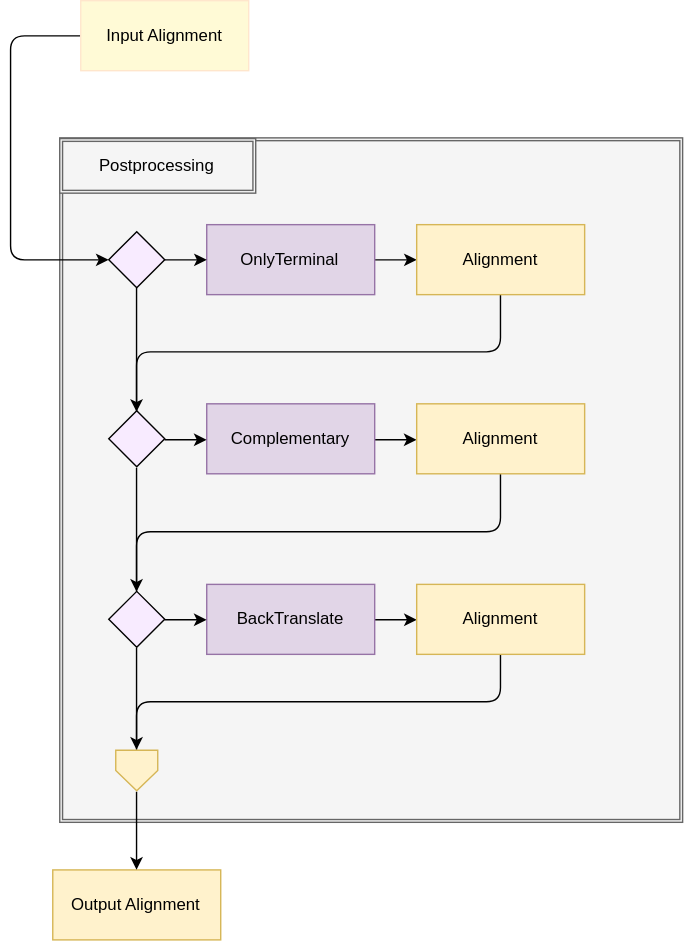
Earlier version of the draw.io export postProcess.svg (inab/trimal). Source tidied: cells renumbered, new cells last; positions are measured from the earlier drawing's top-left corner, leaving out a move shared by most shapes. Source of this version:
```xml
<mxGraphModel background="#ffffff">
  <root>
    <mxCell id="0" />
    <mxCell id="1" parent="0" />
    <mxCell id="2" style="shape=ext;double=1;rounded=0;whiteSpace=wrap;html=1;glass=0;strokeColor=#666666;fillColor=#f5f5f5;" parent="1" vertex="1">
      <mxGeometry x="35" y="98" width="445" height="489" as="geometry" />
    </mxCell>
    <mxCell id="3" style="edgeStyle=orthogonalEdgeStyle;rounded=1;jumpStyle=none;jumpSize=12;html=1;exitX=0;exitY=0.5;startArrow=none;startFill=0;endArrow=classic;endFill=1;jettySize=auto;entryX=0;entryY=0.5;entryPerimeter=0;" parent="1" edge="1" source="4" target="20">
      <mxGeometry relative="1" as="geometry">
        <Array as="points">
          <mxPoint y="25" />
          <mxPoint y="185" />
        </Array>
      </mxGeometry>
    </mxCell>
    <mxCell id="4" value="Input Alignment" style="rounded=0;whiteSpace=wrap;html=1;glass=0;strokeColor=#FFE6CC;fillColor=#FFFAD6;gradientColor=none;" parent="1" vertex="1">
      <mxGeometry x="50" width="120" height="50" as="geometry" />
    </mxCell>
    <mxCell id="5" style="edgeStyle=orthogonalEdgeStyle;rounded=1;jumpStyle=none;jumpSize=12;html=1;exitX=1;exitY=0.5;startArrow=none;startFill=0;endArrow=classic;endFill=1;jettySize=auto;" parent="1" edge="1" source="6" target="13">
      <mxGeometry relative="1" as="geometry" />
    </mxCell>
    <mxCell id="6" value="OnlyTerminal" style="rounded=0;whiteSpace=wrap;html=1;glass=0;strokeColor=#9673a6;fillColor=#e1d5e7;" parent="1" vertex="1">
      <mxGeometry x="140" y="160" width="120" height="50" as="geometry" />
    </mxCell>
    <mxCell id="7" style="edgeStyle=orthogonalEdgeStyle;rounded=1;jumpStyle=none;jumpSize=12;html=1;entryX=0;entryY=0.5;startArrow=none;startFill=0;endArrow=classic;endFill=1;jettySize=auto;" parent="1" edge="1" source="8" target="15">
      <mxGeometry relative="1" as="geometry" />
    </mxCell>
    <mxCell id="8" value="Complementary" style="rounded=0;whiteSpace=wrap;html=1;glass=0;strokeColor=#9673a6;fillColor=#e1d5e7;" parent="1" vertex="1">
      <mxGeometry x="140" y="288" width="120" height="50" as="geometry" />
    </mxCell>
    <mxCell id="9" style="edgeStyle=orthogonalEdgeStyle;rounded=1;jumpStyle=none;jumpSize=12;html=1;exitX=1;exitY=0.5;startArrow=none;startFill=0;endArrow=classic;endFill=1;jettySize=auto;" parent="1" edge="1" source="10" target="17">
      <mxGeometry relative="1" as="geometry" />
    </mxCell>
    <mxCell id="10" value="BackTranslate" style="rounded=0;whiteSpace=wrap;html=1;glass=0;strokeColor=#9673a6;fillColor=#e1d5e7;" parent="1" vertex="1">
      <mxGeometry x="140" y="417" width="120" height="50" as="geometry" />
    </mxCell>
    <mxCell id="11" value="Postprocessing" style="shape=ext;double=1;rounded=0;whiteSpace=wrap;html=1;glass=0;strokeColor=#666666;fillColor=#f5f5f5;" parent="1" vertex="1">
      <mxGeometry x="35" y="98.5" width="140" height="39" as="geometry" />
    </mxCell>
    <mxCell id="12" style="edgeStyle=orthogonalEdgeStyle;rounded=1;jumpStyle=none;jumpSize=12;html=1;exitX=0.5;exitY=1;startArrow=none;startFill=0;endArrow=none;endFill=0;jettySize=auto;entryX=0.5;entryY=0;entryPerimeter=0;" parent="1" edge="1" source="13" target="23">
      <mxGeometry relative="1" as="geometry" />
    </mxCell>
    <mxCell id="13" value="Alignment" style="rounded=0;whiteSpace=wrap;html=1;glass=0;strokeColor=#d6b656;fillColor=#fff2cc;" parent="1" vertex="1">
      <mxGeometry x="290" y="160" width="120" height="50" as="geometry" />
    </mxCell>
    <mxCell id="14" style="edgeStyle=orthogonalEdgeStyle;rounded=1;jumpStyle=none;jumpSize=12;html=1;exitX=0.5;exitY=1;entryX=0.5;entryY=0;entryPerimeter=0;startArrow=none;startFill=0;endArrow=none;endFill=0;jettySize=auto;" parent="1" edge="1" source="15" target="26">
      <mxGeometry relative="1" as="geometry" />
    </mxCell>
    <mxCell id="15" value="Alignment" style="rounded=0;whiteSpace=wrap;html=1;glass=0;strokeColor=#d6b656;fillColor=#fff2cc;" parent="1" vertex="1">
      <mxGeometry x="290" y="288" width="120" height="50" as="geometry" />
    </mxCell>
    <mxCell id="16" style="edgeStyle=orthogonalEdgeStyle;rounded=1;jumpStyle=none;jumpSize=12;html=1;exitX=0.5;exitY=1;entryX=0.5;entryY=0;entryPerimeter=0;startArrow=none;startFill=0;endArrow=none;endFill=0;jettySize=auto;" parent="1" edge="1" source="17" target="29">
      <mxGeometry relative="1" as="geometry" />
    </mxCell>
    <mxCell id="17" value="Alignment" style="rounded=0;whiteSpace=wrap;html=1;glass=0;strokeColor=#d6b656;fillColor=#fff2cc;" parent="1" vertex="1">
      <mxGeometry x="290" y="417" width="120" height="50" as="geometry" />
    </mxCell>
    <mxCell id="18" style="edgeStyle=orthogonalEdgeStyle;rounded=1;jumpStyle=none;jumpSize=12;html=1;exitX=1;exitY=0.5;exitPerimeter=0;startArrow=none;startFill=0;endArrow=classic;endFill=1;jettySize=auto;" parent="1" edge="1" source="20" target="6">
      <mxGeometry relative="1" as="geometry">
        <Array as="points">
          <mxPoint x="132" y="185.5" />
          <mxPoint x="132" y="185.5" />
        </Array>
      </mxGeometry>
    </mxCell>
    <mxCell id="19" style="edgeStyle=orthogonalEdgeStyle;rounded=1;jumpStyle=none;jumpSize=12;html=1;exitX=0.5;exitY=1;exitPerimeter=0;entryX=0.5;entryY=0;entryPerimeter=0;startArrow=none;startFill=0;endArrow=classic;endFill=1;jettySize=auto;" parent="1" edge="1" source="20" target="23">
      <mxGeometry relative="1" as="geometry" />
    </mxCell>
    <mxCell id="20" style="strokeWidth=1;html=1;shape=mxgraph.flowchart.decision;whiteSpace=wrap;glass=0;fillColor=#F8EBFF;gradientColor=none;" parent="1" vertex="1">
      <mxGeometry x="70" y="165" width="40" height="40" as="geometry" />
    </mxCell>
    <mxCell id="21" style="edgeStyle=orthogonalEdgeStyle;rounded=1;jumpStyle=none;jumpSize=12;html=1;exitX=0.5;exitY=1;exitPerimeter=0;entryX=0.5;entryY=0;entryPerimeter=0;startArrow=none;startFill=0;endArrow=classic;endFill=1;jettySize=auto;" parent="1" edge="1" source="23" target="26">
      <mxGeometry relative="1" as="geometry" />
    </mxCell>
    <mxCell id="22" style="edgeStyle=orthogonalEdgeStyle;rounded=0;jumpStyle=none;jumpSize=12;html=1;exitX=1;exitY=0.5;exitPerimeter=0;entryX=0;entryY=0.5;startArrow=none;startFill=0;endArrow=classic;endFill=1;jettySize=auto;" parent="1" edge="1" source="23" target="8">
      <mxGeometry relative="1" as="geometry">
        <Array as="points">
          <mxPoint x="140" y="313" />
          <mxPoint x="140" y="313" />
        </Array>
      </mxGeometry>
    </mxCell>
    <mxCell id="23" style="strokeWidth=1;html=1;shape=mxgraph.flowchart.decision;whiteSpace=wrap;glass=0;fillColor=#F8EBFF;gradientColor=none;" parent="1" vertex="1">
      <mxGeometry x="70" y="293" width="40" height="40" as="geometry" />
    </mxCell>
    <mxCell id="24" style="edgeStyle=orthogonalEdgeStyle;rounded=0;jumpStyle=none;jumpSize=12;html=1;exitX=1;exitY=0.5;exitPerimeter=0;entryX=0;entryY=0.5;startArrow=none;startFill=0;endArrow=classic;endFill=1;jettySize=auto;" parent="1" edge="1" source="26" target="10">
      <mxGeometry relative="1" as="geometry">
        <Array as="points">
          <mxPoint x="120" y="442.5" />
        </Array>
      </mxGeometry>
    </mxCell>
    <mxCell id="25" style="edgeStyle=orthogonalEdgeStyle;rounded=0;jumpStyle=none;jumpSize=12;html=1;exitX=0.5;exitY=1;exitPerimeter=0;entryX=0.5;entryY=0;entryPerimeter=0;startArrow=none;startFill=0;endArrow=classic;endFill=1;jettySize=auto;" parent="1" edge="1" source="26" target="29">
      <mxGeometry relative="1" as="geometry" />
    </mxCell>
    <mxCell id="26" style="strokeWidth=1;html=1;shape=mxgraph.flowchart.decision;whiteSpace=wrap;glass=0;fillColor=#F8EBFF;gradientColor=none;" parent="1" vertex="1">
      <mxGeometry x="70" y="422" width="40" height="40" as="geometry" />
    </mxCell>
    <mxCell id="27" value="Output Alignment" style="rounded=0;whiteSpace=wrap;html=1;glass=0;strokeColor=#d6b656;fillColor=#fff2cc;" parent="1" vertex="1">
      <mxGeometry x="30" y="621" width="120" height="50" as="geometry" />
    </mxCell>
    <mxCell id="28" style="edgeStyle=orthogonalEdgeStyle;rounded=1;jumpStyle=none;jumpSize=12;html=1;exitX=0.5;exitY=1;exitPerimeter=0;entryX=0.5;entryY=0;startArrow=none;startFill=0;endArrow=classic;endFill=1;jettySize=auto;" parent="1" edge="1" source="29" target="27">
      <mxGeometry relative="1" as="geometry" />
    </mxCell>
    <mxCell id="29" style="verticalLabelPosition=bottom;verticalAlign=top;html=1;strokeWidth=1;shape=mxgraph.flowchart.off-page_reference;glass=0;fillColor=#fff2cc;strokeColor=#d6b656;" parent="1" vertex="1">
      <mxGeometry x="75" y="535.5" width="30" height="29" as="geometry" />
    </mxCell>
  </root>
</mxGraphModel>
```
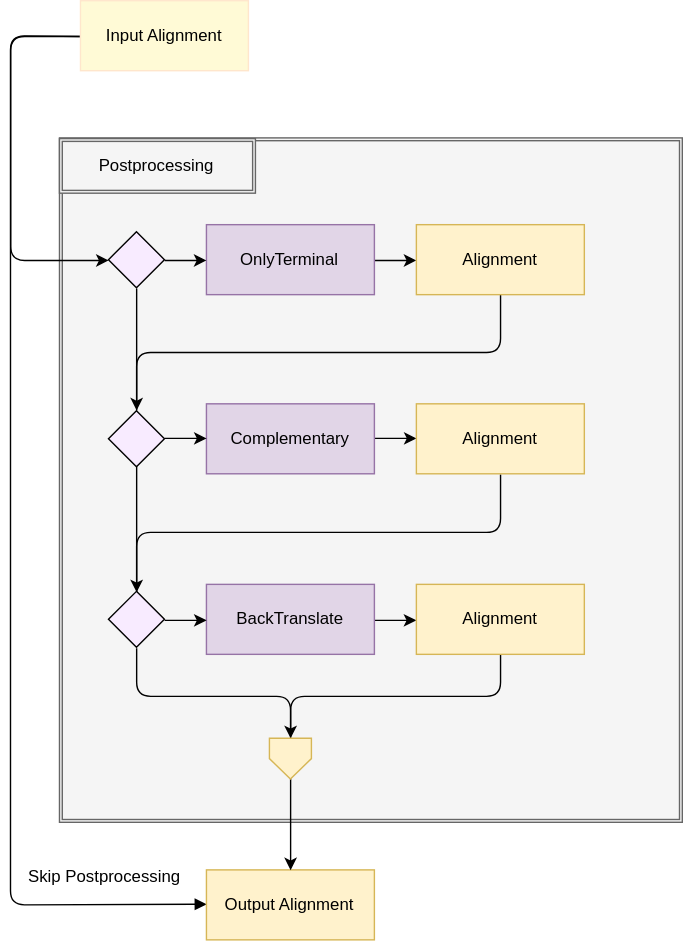
The same diagram one commit later.

What changed in the source:
```diff
@@ -13,6 +13,14 @@
         </Array>
       </mxGeometry>
     </mxCell>
+    <mxCell id="30" style="edgeStyle=none;rounded=1;comic=0;jumpStyle=arc;jumpSize=12;html=1;exitX=0;exitY=0.5;entryX=0;entryY=0.5;startArrow=none;startFill=0;endArrow=block;endFill=1;jettySize=auto;" parent="1" edge="1" source="4" target="27">
+      <mxGeometry relative="1" as="geometry">
+        <Array as="points">
+          <mxPoint y="25" />
+          <mxPoint y="646" />
+        </Array>
+      </mxGeometry>
+    </mxCell>
     <mxCell id="4" value="Input Alignment" style="rounded=0;whiteSpace=wrap;html=1;glass=0;strokeColor=#FFE6CC;fillColor=#FFFAD6;gradientColor=none;" parent="1" vertex="1">
       <mxGeometry x="50" width="120" height="50" as="geometry" />
     </mxCell>
@@ -90,20 +98,30 @@
         </Array>
       </mxGeometry>
     </mxCell>
-    <mxCell id="25" style="edgeStyle=orthogonalEdgeStyle;rounded=0;jumpStyle=none;jumpSize=12;html=1;exitX=0.5;exitY=1;exitPerimeter=0;entryX=0.5;entryY=0;entryPerimeter=0;startArrow=none;startFill=0;endArrow=classic;endFill=1;jettySize=auto;" parent="1" edge="1" source="26" target="29">
-      <mxGeometry relative="1" as="geometry" />
+    <mxCell id="25" style="edgeStyle=orthogonalEdgeStyle;rounded=1;jumpStyle=none;jumpSize=12;html=1;exitX=0.5;exitY=1;exitPerimeter=0;entryX=0.5;entryY=0;entryPerimeter=0;startArrow=none;startFill=0;endArrow=classic;endFill=1;jettySize=auto;" parent="1" edge="1" source="26" target="29">
+      <mxGeometry relative="1" as="geometry">
+        <Array as="points">
+          <mxPoint x="90" y="497" />
+          <mxPoint x="200" y="497" />
+        </Array>
+      </mxGeometry>
     </mxCell>
     <mxCell id="26" style="strokeWidth=1;html=1;shape=mxgraph.flowchart.decision;whiteSpace=wrap;glass=0;fillColor=#F8EBFF;gradientColor=none;" parent="1" vertex="1">
       <mxGeometry x="70" y="422" width="40" height="40" as="geometry" />
     </mxCell>
     <mxCell id="27" value="Output Alignment" style="rounded=0;whiteSpace=wrap;html=1;glass=0;strokeColor=#d6b656;fillColor=#fff2cc;" parent="1" vertex="1">
-      <mxGeometry x="30" y="621" width="120" height="50" as="geometry" />
+      <mxGeometry x="140" y="621" width="120" height="50" as="geometry" />
     </mxCell>
     <mxCell id="28" style="edgeStyle=orthogonalEdgeStyle;rounded=1;jumpStyle=none;jumpSize=12;html=1;exitX=0.5;exitY=1;exitPerimeter=0;entryX=0.5;entryY=0;startArrow=none;startFill=0;endArrow=classic;endFill=1;jettySize=auto;" parent="1" edge="1" source="29" target="27">
       <mxGeometry relative="1" as="geometry" />
     </mxCell>
     <mxCell id="29" style="verticalLabelPosition=bottom;verticalAlign=top;html=1;strokeWidth=1;shape=mxgraph.flowchart.off-page_reference;glass=0;fillColor=#fff2cc;strokeColor=#d6b656;" parent="1" vertex="1">
-      <mxGeometry x="75" y="535.5" width="30" height="29" as="geometry" />
+      <mxGeometry x="185" y="527" width="30" height="29" as="geometry" />
     </mxCell>
+    <mxCell id="31" value="&lt;p style=&quot;line-height: 100%&quot;&gt;&lt;/p&gt;&lt;div&gt;Skip Postprocessing&lt;/div&gt;&lt;p&gt;&lt;/p&gt;" style="text;html=1;align=center;verticalAlign=middle;labelBackgroundColor=#ffffff;labelBorderColor=none;spacing=10;spacingTop=0;horizontal=1;spacingLeft=0;" parent="1" vertex="1">
+      <mxGeometry x="70" y="621" as="geometry">
+        <mxPoint x="-2" y="3.5" as="offset" />
+      </mxGeometry>
+    </mxCell>
   </root>
 </mxGraphModel>
```
